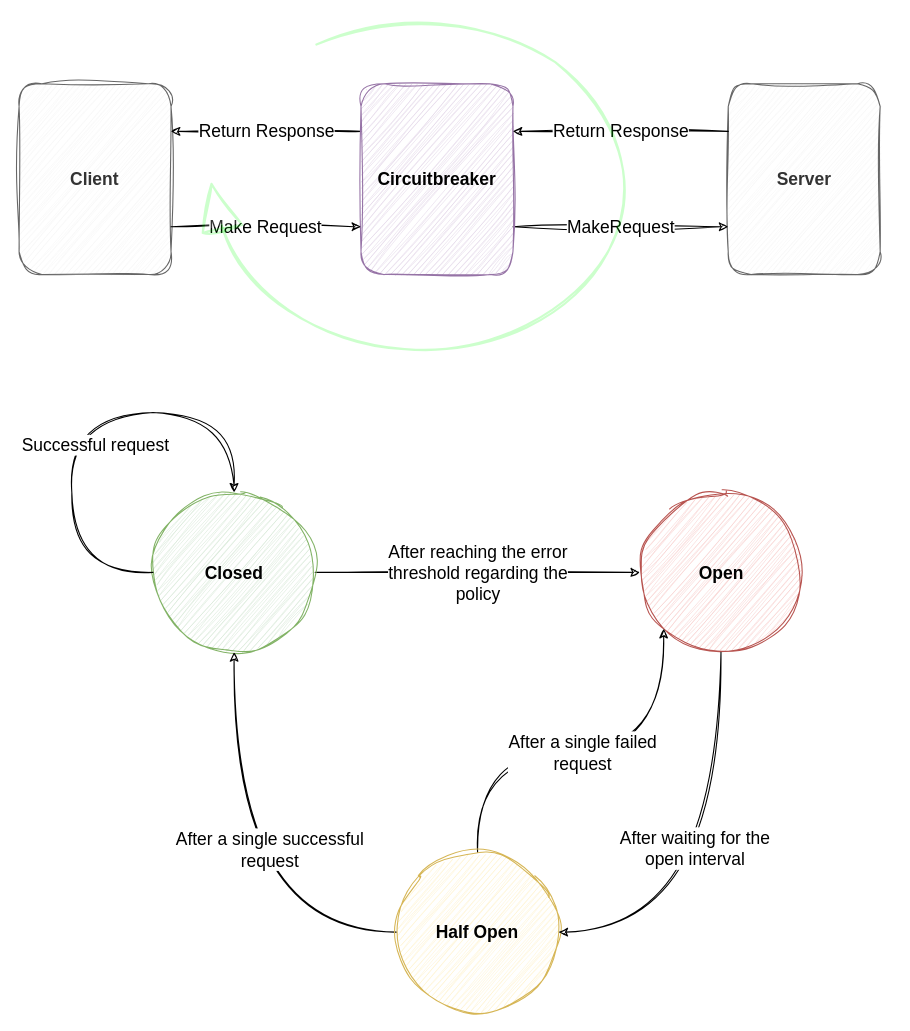
This is page "State" (2 of 2) of diagram.drawio from HomayoonAlimohammadi/circuitbreaker, a draw.io file, before an edit. Source tidied: cells renumbered, new cells numbered last; positions are measured from the earlier drawing's top-left corner, leaving out a move shared by most shapes. Both pictures are drawn from the tidied source at 109%, with x=0, y=0 at pixel (19, 20).
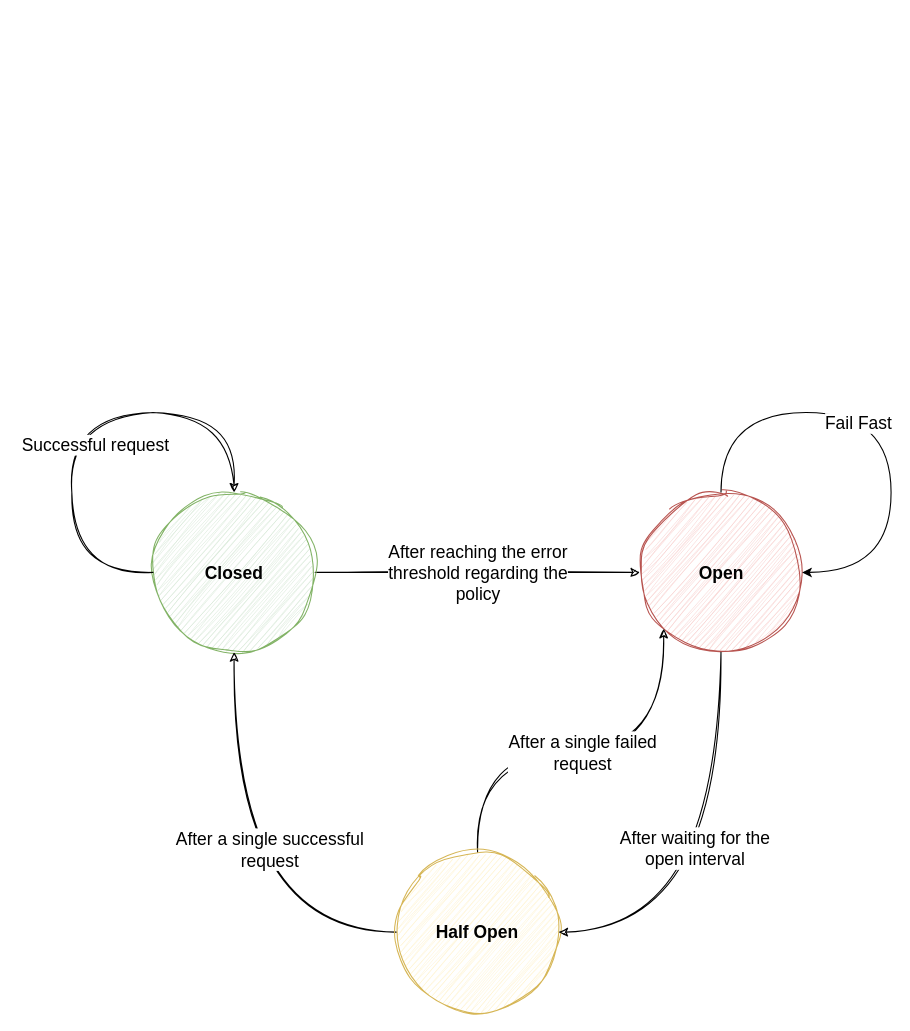
Above is the later version.

Diff of the diagram source:
```diff
@@
 <mxGraphModel>
   <root>
     <mxCell id="0" />
     <mxCell id="1" parent="0" />
-    <mxCell id="2" value="Client" style="rounded=1;whiteSpace=wrap;html=1;fillColor=#f5f5f5;fontColor=#333333;strokeColor=#666666;sketch=1;curveFitting=1;jiggle=2;fontSize=16;fontStyle=1;" parent="1" vertex="1">
-      <mxGeometry y="58.3" width="139.4" height="175" as="geometry" />
-    </mxCell>
-    <mxCell id="3" value="Server" style="rounded=1;whiteSpace=wrap;html=1;fillColor=#f5f5f5;fontColor=#333333;strokeColor=#666666;sketch=1;curveFitting=1;jiggle=2;fontSize=16;fontStyle=1;" parent="1" vertex="1">
-      <mxGeometry x="650.6" y="58.3" width="139.4" height="175" as="geometry" />
-    </mxCell>
-    <mxCell id="4" value="MakeRequest" style="edgeStyle=orthogonalEdgeStyle;rounded=0;jettySize=auto;html=1;exitX=1;exitY=0.75;exitDx=0;exitDy=0;entryX=0;entryY=0.75;entryDx=0;entryDy=0;sketch=1;curveFitting=1;jiggle=2;fontSize=16;" parent="1" edge="1" source="6" target="3">
-      <mxGeometry relative="1" as="geometry" />
-    </mxCell>
-    <mxCell id="5" value="Return Response" style="edgeStyle=orthogonalEdgeStyle;rounded=0;jettySize=auto;html=1;exitX=0;exitY=0.25;exitDx=0;exitDy=0;entryX=1;entryY=0.25;entryDx=0;entryDy=0;sketch=1;curveFitting=1;jiggle=2;fontSize=16;" parent="1" edge="1" source="6" target="2">
-      <mxGeometry relative="1" as="geometry" />
-    </mxCell>
-    <mxCell id="6" value="Circuitbreaker" style="rounded=1;whiteSpace=wrap;html=1;fillColor=#e1d5e7;strokeColor=#9673a6;sketch=1;curveFitting=1;jiggle=2;fontSize=16;fontStyle=1;" parent="1" vertex="1">
-      <mxGeometry x="313.7" y="58.3" width="139.4" height="175" as="geometry" />
-    </mxCell>
-    <mxCell id="7" value="Make Request" style="edgeStyle=orthogonalEdgeStyle;rounded=0;jettySize=auto;html=1;exitX=1;exitY=0.75;exitDx=0;exitDy=0;entryX=0;entryY=0.75;entryDx=0;entryDy=0;sketch=1;curveFitting=1;jiggle=2;fontSize=16;" parent="1" edge="1" source="2" target="6">
-      <mxGeometry relative="1" as="geometry" />
-    </mxCell>
-    <mxCell id="8" value="Return Response" style="edgeStyle=orthogonalEdgeStyle;rounded=0;jettySize=auto;html=1;exitX=0;exitY=0.25;exitDx=0;exitDy=0;entryX=1;entryY=0.25;entryDx=0;entryDy=0;sketch=1;curveFitting=1;jiggle=2;fontSize=16;" parent="1" edge="1" source="3" target="6">
-      <mxGeometry relative="1" as="geometry" />
-    </mxCell>
-    <mxCell id="9" style="verticalLabelPosition=bottom;html=1;verticalAlign=top;strokeWidth=2;shape=mxgraph.lean_mapping.physical_pull;rotation=-180;flipV=1;opacity=20;strokeColor=#00FF00;sketch=1;curveFitting=1;jiggle=2;fontSize=16;" parent="1" vertex="1">
-      <mxGeometry x="168.5" width="389.2" height="303.3" as="geometry" />
-    </mxCell>
     <mxCell id="10" value="Open" style="ellipse;whiteSpace=wrap;html=1;fillColor=#f8cecc;strokeColor=#b85450;sketch=1;curveFitting=1;jiggle=2;fontSize=16;fontStyle=1;" parent="1" vertex="1">
       <mxGeometry x="569.5" y="433.3" width="148.9" height="146.7" as="geometry" />
     </mxCell>
     <mxCell id="11" value="After reaching the error&lt;br style=&quot;border-color: var(--border-color); font-size: 16px;&quot;&gt;threshold regarding the&lt;br style=&quot;border-color: var(--border-color); font-size: 16px;&quot;&gt;policy" style="edgeStyle=orthogonalEdgeStyle;rounded=0;jettySize=auto;html=1;exitX=1;exitY=0.5;exitDx=0;exitDy=0;entryX=0;entryY=0.5;entryDx=0;entryDy=0;sketch=1;curveFitting=1;jiggle=2;fontSize=16;" parent="1" edge="1" source="12" target="10">
       <mxGeometry relative="1" as="geometry" />
     </mxCell>
     <mxCell id="12" value="Closed" style="ellipse;whiteSpace=wrap;html=1;fillColor=#d5e8d4;strokeColor=#82b366;sketch=1;curveFitting=1;jiggle=2;fontSize=16;fontStyle=1;" parent="1" vertex="1">
       <mxGeometry x="122.8" y="433.3" width="148.9" height="146.7" as="geometry" />
     </mxCell>
     <mxCell id="13" value="After a single failed&lt;br style=&quot;font-size: 16px;&quot;&gt;request" style="edgeStyle=orthogonalEdgeStyle;jettySize=auto;html=1;exitX=0.5;exitY=0;exitDx=0;exitDy=0;entryX=0;entryY=1;entryDx=0;entryDy=0;curved=1;sketch=1;curveFitting=1;jiggle=2;fontSize=16;" parent="1" edge="1" source="15" target="10">
       <mxGeometry relative="1" as="geometry" />
     </mxCell>
     <mxCell id="14" value="After a single successful&lt;br style=&quot;font-size: 16px;&quot;&gt;request" style="edgeStyle=orthogonalEdgeStyle;jettySize=auto;html=1;exitX=0;exitY=0.5;exitDx=0;exitDy=0;entryX=0.5;entryY=1;entryDx=0;entryDy=0;curved=1;sketch=1;curveFitting=1;jiggle=2;fontSize=16;" parent="1" edge="1" source="15" target="12">
       <mxGeometry x="0.11" y="-33" relative="1" as="geometry" />
     </mxCell>
     <mxCell id="15" value="Half Open" style="ellipse;whiteSpace=wrap;html=1;fillColor=#fff2cc;strokeColor=#d6b656;sketch=1;curveFitting=1;jiggle=2;fontSize=16;fontStyle=1;" parent="1" vertex="1">
       <mxGeometry x="346.2" y="763.3" width="148.9" height="146.7" as="geometry" />
     </mxCell>
     <mxCell id="16" value="After waiting for the&lt;br style=&quot;font-size: 16px;&quot;&gt;open interval" style="edgeStyle=orthogonalEdgeStyle;jettySize=auto;html=1;exitX=0.5;exitY=1;exitDx=0;exitDy=0;entryX=1;entryY=0.5;entryDx=0;entryDy=0;curved=1;sketch=1;curveFitting=1;jiggle=2;fontSize=16;" parent="1" edge="1" source="10" target="15">
       <mxGeometry x="-0.11" y="-24" relative="1" as="geometry" />
     </mxCell>
     <mxCell id="17" value="Successful request" style="edgeStyle=orthogonalEdgeStyle;orthogonalLoop=1;jettySize=auto;html=1;exitX=0;exitY=0.5;exitDx=0;exitDy=0;entryX=0.5;entryY=0;entryDx=0;entryDy=0;curved=1;sketch=1;curveFitting=1;jiggle=2;fontSize=16;" parent="1" edge="1" source="12" target="12">
       <mxGeometry x="-0.14" y="-22" relative="1" as="geometry">
         <Array as="points">
           <mxPoint x="48.4" y="506.7" />
           <mxPoint x="48.4" y="360" />
           <mxPoint x="197.3" y="360" />
         </Array>
       </mxGeometry>
     </mxCell>
+    <mxCell id="18" value="&lt;font style=&quot;font-size: 16px;&quot;&gt;Fail Fast&lt;/font&gt;" style="edgeStyle=orthogonalEdgeStyle;orthogonalLoop=1;jettySize=auto;html=1;exitX=0.5;exitY=0;exitDx=0;exitDy=0;entryX=1;entryY=0.5;entryDx=0;entryDy=0;curved=1;" parent="1" edge="1" source="10" target="10">
+      <mxGeometry x="-0.13" y="-10" relative="1" as="geometry">
+        <Array as="points">
+          <mxPoint x="644" y="360" />
+          <mxPoint x="800" y="360" />
+          <mxPoint x="800" y="507" />
+        </Array>
+      </mxGeometry>
+    </mxCell>
   </root>
 </mxGraphModel>
```
